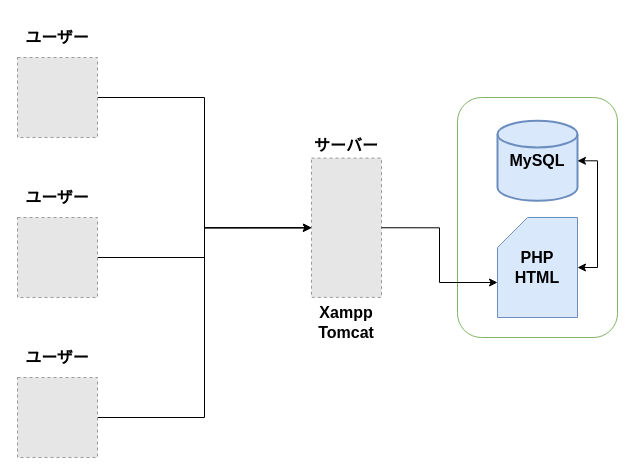
HasegawaTakatune/PHPSandbox keeps this draw.io diagram as SalesDataDisplay/Document/SalesDataDisplay_Infra.drawio. Above is the earlier version. Source tidied: cells renumbered, new cells numbered last; positions are measured from the earlier drawing's top-left corner, leaving out a move shared by most shapes. Both pictures are drawn from the tidied source at 100%, with x=0, y=0 at pixel (17, 17). Pictures stored in the file or linked from it are replaced by grey dashed boxes.
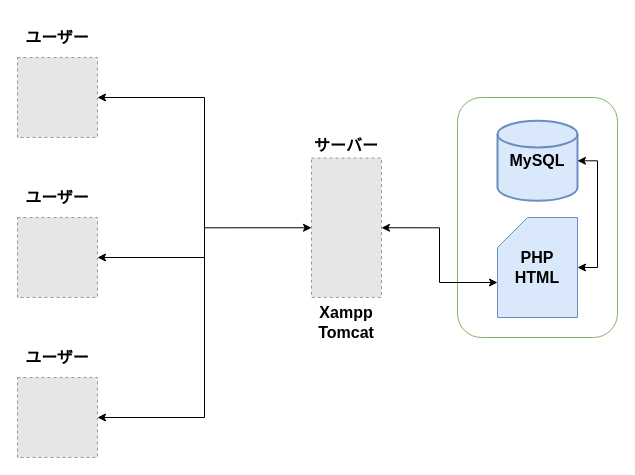
The same page after the edit.

Unchanged cells that the change refers to:
```xml
<mxCell id="3" style="fillColor=#E6E6E6;strokeColor=#999999;dashed=1;verticalLabelPosition=bottom;labelBackgroundColor=#ffffff;verticalAlign=top;" parent="1" vertex="1">
  <mxGeometry y="40" width="80" height="80" as="geometry" />
</mxCell>
<mxCell id="8" value="&lt;b&gt;&lt;font style=&quot;font-size: 16px&quot;&gt;PHP&lt;br&gt;HTML&lt;/font&gt;&lt;/b&gt;" style="shape=card;whiteSpace=wrap;html=1;fillColor=#dae8fc;strokeColor=#6c8ebf;" parent="4" vertex="1">
  <mxGeometry x="40" y="120" width="80" height="100" as="geometry" />
</mxCell>
<mxCell id="10" style="fillColor=#E6E6E6;strokeColor=#999999;dashed=1;verticalLabelPosition=bottom;labelBackgroundColor=#ffffff;verticalAlign=top;" parent="1" vertex="1">
  <mxGeometry y="200" width="80" height="80" as="geometry" />
</mxCell>
<mxCell id="12" style="fillColor=#E6E6E6;strokeColor=#999999;dashed=1;verticalLabelPosition=bottom;labelBackgroundColor=#ffffff;verticalAlign=top;" parent="1" vertex="1">
  <mxGeometry y="360" width="80" height="80" as="geometry" />
</mxCell>
<mxCell id="17" style="fillColor=#E6E6E6;strokeColor=#999999;dashed=1;verticalLabelPosition=bottom;labelBackgroundColor=#ffffff;verticalAlign=top;" parent="16" vertex="1">
  <mxGeometry x="10" y="37.3" width="70" height="139.3" as="geometry" />
</mxCell>
```

Diff of the diagram source:
```diff
@@
-    <mxCell id="2" style="edgeStyle=orthogonalEdgeStyle;rounded=0;jettySize=auto;html=1;exitX=1;exitY=0.5;exitDx=0;exitDy=0;entryX=0;entryY=0.5;entryDx=0;entryDy=0;" parent="1" edge="1" source="3" target="17">
+    <mxCell id="2" style="edgeStyle=orthogonalEdgeStyle;rounded=0;jettySize=auto;html=1;exitX=1;exitY=0.5;exitDx=0;exitDy=0;entryX=0;entryY=0.5;entryDx=0;entryDy=0;startArrow=classic;startFill=1;" parent="1" edge="1" source="3" target="17">
       <mxGeometry relative="1" as="geometry" />
     </mxCell>
@@
-    <mxCell id="9" style="edgeStyle=orthogonalEdgeStyle;rounded=0;jettySize=auto;html=1;exitX=1;exitY=0.5;exitDx=0;exitDy=0;" parent="1" edge="1" source="10" target="17">
-      <mxGeometry relative="1" as="geometry" />
+    <mxCell id="9" style="edgeStyle=orthogonalEdgeStyle;rounded=0;jettySize=auto;html=1;exitX=1;exitY=0.5;exitDx=0;exitDy=0;endArrow=none;endFill=0;startArrow=classic;startFill=1;" parent="1" edge="1" source="10">
+      <mxGeometry relative="1" as="geometry">
+        <mxPoint x="187" y="240" as="targetPoint" />
+        <Array as="points">
+          <mxPoint x="187" y="240" />
+        </Array>
+      </mxGeometry>
     </mxCell>
@@
-    <mxCell id="11" style="edgeStyle=orthogonalEdgeStyle;rounded=0;jettySize=auto;html=1;exitX=1;exitY=0.5;exitDx=0;exitDy=0;entryX=0;entryY=0.5;entryDx=0;entryDy=0;" parent="1" edge="1" source="12" target="17">
-      <mxGeometry relative="1" as="geometry" />
+    <mxCell id="11" style="edgeStyle=orthogonalEdgeStyle;rounded=0;jettySize=auto;html=1;exitX=1;exitY=0.5;exitDx=0;exitDy=0;endArrow=none;endFill=0;startArrow=classic;startFill=1;" parent="1" edge="1" source="12">
+      <mxGeometry relative="1" as="geometry">
+        <mxPoint x="187" y="210" as="targetPoint" />
+        <Array as="points">
+          <mxPoint x="187" y="400" />
+        </Array>
+      </mxGeometry>
     </mxCell>
@@
-    <mxCell id="22" style="edgeStyle=orthogonalEdgeStyle;rounded=0;jettySize=auto;html=1;exitX=1;exitY=0.5;exitDx=0;exitDy=0;entryX=0;entryY=0;entryDx=0;entryDy=65;entryPerimeter=0;" parent="1" edge="1" source="17" target="8">
+    <mxCell id="22" style="edgeStyle=orthogonalEdgeStyle;rounded=0;jettySize=auto;html=1;exitX=1;exitY=0.5;exitDx=0;exitDy=0;entryX=0;entryY=0;entryDx=0;entryDy=65;entryPerimeter=0;startArrow=classic;startFill=1;" parent="1" edge="1" source="17" target="8">
       <mxGeometry relative="1" as="geometry" />
     </mxCell>
```
